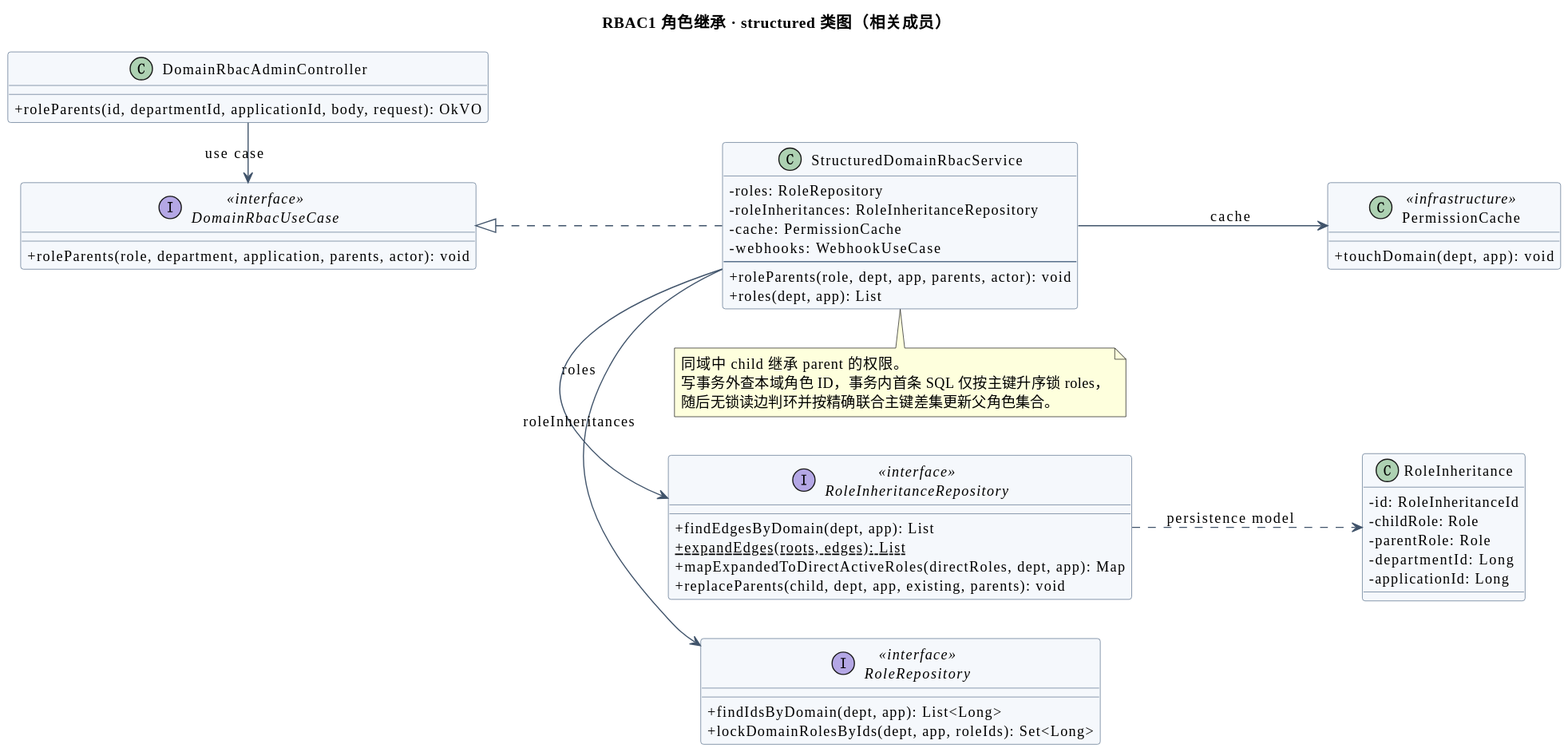
Above: doc/uml/role-hierarchy-class.svg in JiuQi79-BOT/MelonHub (PlantUML), before the change.
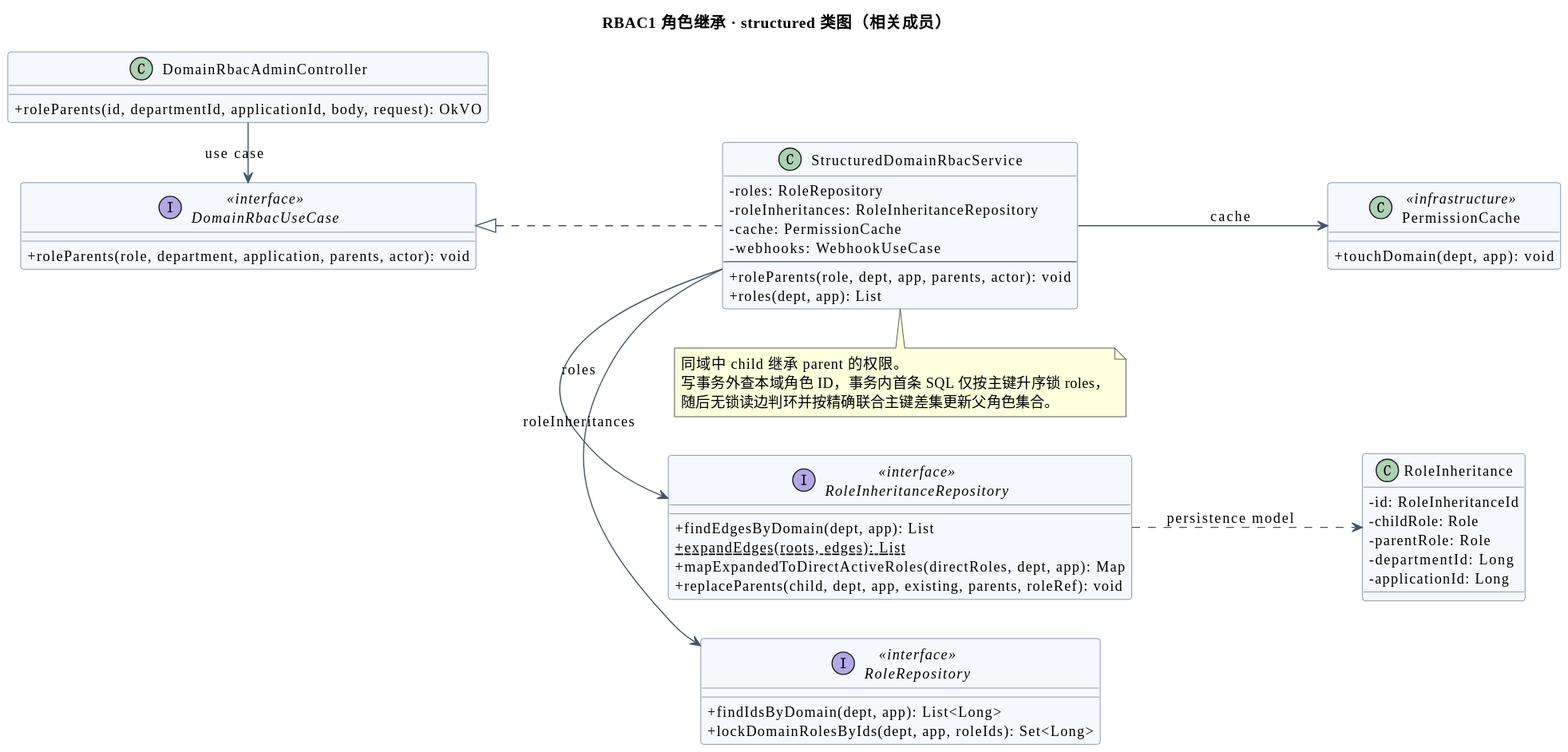
After the commit.

Diff of the diagram source:
```diff
@@ -37,7 +37,7 @@
  + findEdgesByDomain(dept, app): List
  + {static} expandEdges(roots, edges): List
  + mapExpandedToDirectActiveRoles(directRoles, dept, app): Map
- + replaceParents(child, dept, app, existing, parents): void
+ + replaceParents(child, dept, app, existing, parents, roleRef): void
 }
 class "RoleInheritance" as RI {
  - id: RoleInheritanceId
```
